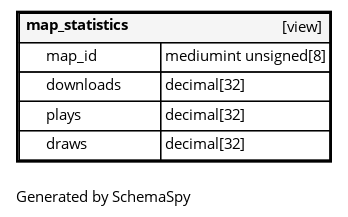
The Graphviz diagram diagrams/tables/map_statistics.1degree.png in ta-forever/db, before a commit. Its source is kept beside it as diagrams/tables/map_statistics.1degree.dot. Its diagram source:
```dot
digraph "oneDegreeRelationshipsDiagram" {
  graph [    rankdir="RL"    bgcolor="#ffffff"    label="\nGenerated by SchemaSpy"    labeljust="l"    nodesep="0.18"    ranksep="0.46"    fontname="Helvetica"    fontsize="11"    ration="compress"  ];  node [    fontname="Helvetica"    fontsize="11"    shape="plaintext"  ];  edge [    arrowsize="0.8"  ];
  "map_statistics" [
   label=<
    <TABLE BORDER="2" CELLBORDER="1" CELLSPACING="0" BGCOLOR="#ffffff">
      <TR><TD COLSPAN="4"  BGCOLOR="#f5f5f5"><TABLE BORDER="0" CELLSPACING="0"><TR><TD ALIGN="LEFT" FIXEDSIZE="TRUE" WIDTH="85" HEIGHT="16"><B>map_statistics</B></TD><TD ALIGN="RIGHT">[view]</TD></TR></TABLE></TD></TR>
      <TR><TD PORT="map_id" COLSPAN="2" ALIGN="LEFT"><TABLE BORDER="0" CELLSPACING="0" ALIGN="LEFT"><TR ALIGN="LEFT"><TD ALIGN="LEFT" FIXEDSIZE="TRUE" WIDTH="15" HEIGHT="16"></TD><TD ALIGN="LEFT" FIXEDSIZE="TRUE" WIDTH="85" HEIGHT="16">map_id</TD></TR></TABLE></TD><TD PORT="map_id.type" ALIGN="LEFT">mediumint unsigned[8]</TD></TR>
      <TR><TD PORT="downloads" COLSPAN="2" ALIGN="LEFT"><TABLE BORDER="0" CELLSPACING="0" ALIGN="LEFT"><TR ALIGN="LEFT"><TD ALIGN="LEFT" FIXEDSIZE="TRUE" WIDTH="15" HEIGHT="16"></TD><TD ALIGN="LEFT" FIXEDSIZE="TRUE" WIDTH="85" HEIGHT="16">downloads</TD></TR></TABLE></TD><TD PORT="downloads.type" ALIGN="LEFT">decimal[32]</TD></TR>
      <TR><TD PORT="plays" COLSPAN="2" ALIGN="LEFT"><TABLE BORDER="0" CELLSPACING="0" ALIGN="LEFT"><TR ALIGN="LEFT"><TD ALIGN="LEFT" FIXEDSIZE="TRUE" WIDTH="15" HEIGHT="16"></TD><TD ALIGN="LEFT" FIXEDSIZE="TRUE" WIDTH="85" HEIGHT="16">plays</TD></TR></TABLE></TD><TD PORT="plays.type" ALIGN="LEFT">decimal[32]</TD></TR>
      <TR><TD PORT="draws" COLSPAN="2" ALIGN="LEFT"><TABLE BORDER="0" CELLSPACING="0" ALIGN="LEFT"><TR ALIGN="LEFT"><TD ALIGN="LEFT" FIXEDSIZE="TRUE" WIDTH="15" HEIGHT="16"></TD><TD ALIGN="LEFT" FIXEDSIZE="TRUE" WIDTH="85" HEIGHT="16">draws</TD></TR></TABLE></TD><TD PORT="draws.type" ALIGN="LEFT">decimal[32]</TD></TR>
    </TABLE>>
    URL="map_statistics.html"
    target="_top"
    tooltip="map_statistics"
  ];
}
```
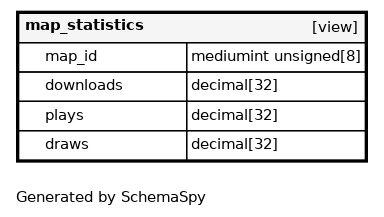
Above is the later version.

The edit, as a diff of the source:
```diff
@@ -1,13 +1,13 @@
 digraph "oneDegreeRelationshipsDiagram" {
-  graph [    rankdir="RL"    bgcolor="#ffffff"    label="\nGenerated by SchemaSpy"    labeljust="l"    nodesep="0.18"    ranksep="0.46"    fontname="Helvetica"    fontsize="11"    ration="compress"  ];  node [    fontname="Helvetica"    fontsize="11"    shape="plaintext"  ];  edge [    arrowsize="0.8"  ];
+  graph [    rankdir="RL"    bgcolor="#ffffff"    label="\nGenerated by SchemaSpy"    labeljust="l"    nodesep="0.18"    ranksep="0.46"    fontname="Helvetica"    fontsize="11"    packmode="graph"  ];  node [    fontname="Helvetica"    fontsize="11"    shape="plaintext"  ];  edge [    arrowsize="0.8"  ];
   "map_statistics" [
    label=<
     <TABLE BORDER="2" CELLBORDER="1" CELLSPACING="0" BGCOLOR="#ffffff">
-      <TR><TD COLSPAN="4"  BGCOLOR="#f5f5f5"><TABLE BORDER="0" CELLSPACING="0"><TR><TD ALIGN="LEFT" FIXEDSIZE="TRUE" WIDTH="85" HEIGHT="16"><B>map_statistics</B></TD><TD ALIGN="RIGHT">[view]</TD></TR></TABLE></TD></TR>
-      <TR><TD PORT="map_id" COLSPAN="2" ALIGN="LEFT"><TABLE BORDER="0" CELLSPACING="0" ALIGN="LEFT"><TR ALIGN="LEFT"><TD ALIGN="LEFT" FIXEDSIZE="TRUE" WIDTH="15" HEIGHT="16"></TD><TD ALIGN="LEFT" FIXEDSIZE="TRUE" WIDTH="85" HEIGHT="16">map_id</TD></TR></TABLE></TD><TD PORT="map_id.type" ALIGN="LEFT">mediumint unsigned[8]</TD></TR>
-      <TR><TD PORT="downloads" COLSPAN="2" ALIGN="LEFT"><TABLE BORDER="0" CELLSPACING="0" ALIGN="LEFT"><TR ALIGN="LEFT"><TD ALIGN="LEFT" FIXEDSIZE="TRUE" WIDTH="15" HEIGHT="16"></TD><TD ALIGN="LEFT" FIXEDSIZE="TRUE" WIDTH="85" HEIGHT="16">downloads</TD></TR></TABLE></TD><TD PORT="downloads.type" ALIGN="LEFT">decimal[32]</TD></TR>
-      <TR><TD PORT="plays" COLSPAN="2" ALIGN="LEFT"><TABLE BORDER="0" CELLSPACING="0" ALIGN="LEFT"><TR ALIGN="LEFT"><TD ALIGN="LEFT" FIXEDSIZE="TRUE" WIDTH="15" HEIGHT="16"></TD><TD ALIGN="LEFT" FIXEDSIZE="TRUE" WIDTH="85" HEIGHT="16">plays</TD></TR></TABLE></TD><TD PORT="plays.type" ALIGN="LEFT">decimal[32]</TD></TR>
-      <TR><TD PORT="draws" COLSPAN="2" ALIGN="LEFT"><TABLE BORDER="0" CELLSPACING="0" ALIGN="LEFT"><TR ALIGN="LEFT"><TD ALIGN="LEFT" FIXEDSIZE="TRUE" WIDTH="15" HEIGHT="16"></TD><TD ALIGN="LEFT" FIXEDSIZE="TRUE" WIDTH="85" HEIGHT="16">draws</TD></TR></TABLE></TD><TD PORT="draws.type" ALIGN="LEFT">decimal[32]</TD></TR>
+      <TR><TD COLSPAN="4"  BGCOLOR="#f5f5f5"><TABLE BORDER="0" CELLSPACING="0"><TR><TD ALIGN="LEFT" FIXEDSIZE="TRUE" WIDTH="105" HEIGHT="16"><B>map_statistics</B></TD><TD ALIGN="RIGHT">[view]</TD></TR></TABLE></TD></TR>
+      <TR><TD PORT="map_id" COLSPAN="2" ALIGN="LEFT"><TABLE BORDER="0" CELLSPACING="0" ALIGN="LEFT"><TR ALIGN="LEFT"><TD ALIGN="LEFT" FIXEDSIZE="TRUE" WIDTH="15" HEIGHT="16"></TD><TD ALIGN="LEFT" FIXEDSIZE="TRUE" WIDTH="105" HEIGHT="16">map_id</TD></TR></TABLE></TD><TD PORT="map_id.type" ALIGN="LEFT">mediumint unsigned[8]</TD></TR>
+      <TR><TD PORT="downloads" COLSPAN="2" ALIGN="LEFT"><TABLE BORDER="0" CELLSPACING="0" ALIGN="LEFT"><TR ALIGN="LEFT"><TD ALIGN="LEFT" FIXEDSIZE="TRUE" WIDTH="15" HEIGHT="16"></TD><TD ALIGN="LEFT" FIXEDSIZE="TRUE" WIDTH="105" HEIGHT="16">downloads</TD></TR></TABLE></TD><TD PORT="downloads.type" ALIGN="LEFT">decimal[32]</TD></TR>
+      <TR><TD PORT="plays" COLSPAN="2" ALIGN="LEFT"><TABLE BORDER="0" CELLSPACING="0" ALIGN="LEFT"><TR ALIGN="LEFT"><TD ALIGN="LEFT" FIXEDSIZE="TRUE" WIDTH="15" HEIGHT="16"></TD><TD ALIGN="LEFT" FIXEDSIZE="TRUE" WIDTH="105" HEIGHT="16">plays</TD></TR></TABLE></TD><TD PORT="plays.type" ALIGN="LEFT">decimal[32]</TD></TR>
+      <TR><TD PORT="draws" COLSPAN="2" ALIGN="LEFT"><TABLE BORDER="0" CELLSPACING="0" ALIGN="LEFT"><TR ALIGN="LEFT"><TD ALIGN="LEFT" FIXEDSIZE="TRUE" WIDTH="15" HEIGHT="16"></TD><TD ALIGN="LEFT" FIXEDSIZE="TRUE" WIDTH="105" HEIGHT="16">draws</TD></TR></TABLE></TD><TD PORT="draws.type" ALIGN="LEFT">decimal[32]</TD></TR>
     </TABLE>>
     URL="map_statistics.html"
     target="_top"
```
